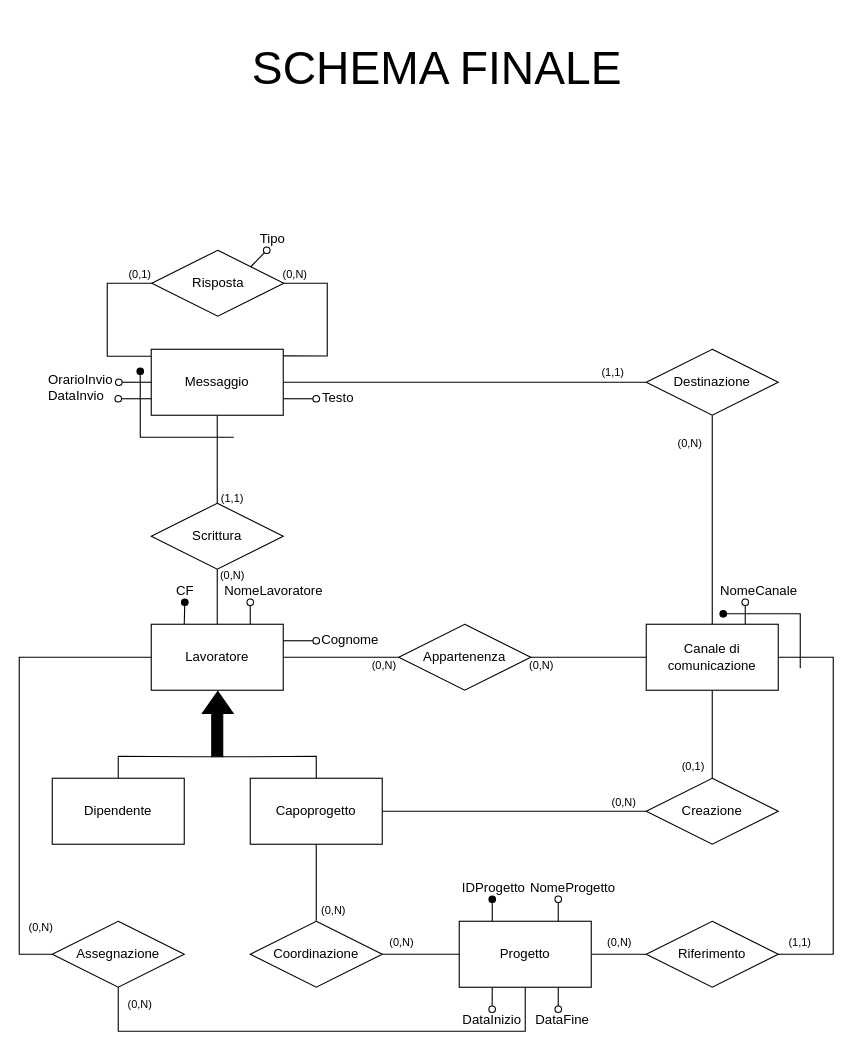
The draw.io diagram page "schema-finale" (4 of 8) of Relazione/Schema ER/scheletro.drawio in martafra/BD-Chat-Multicanale, before the edit. Source tidied: cells renumbered, new cells numbered last; positions are measured from the earlier drawing's top-left corner, leaving out a move shared by most shapes. Both pictures are drawn from the tidied source at 110%, with x=0, y=0 at pixel (19, 19).
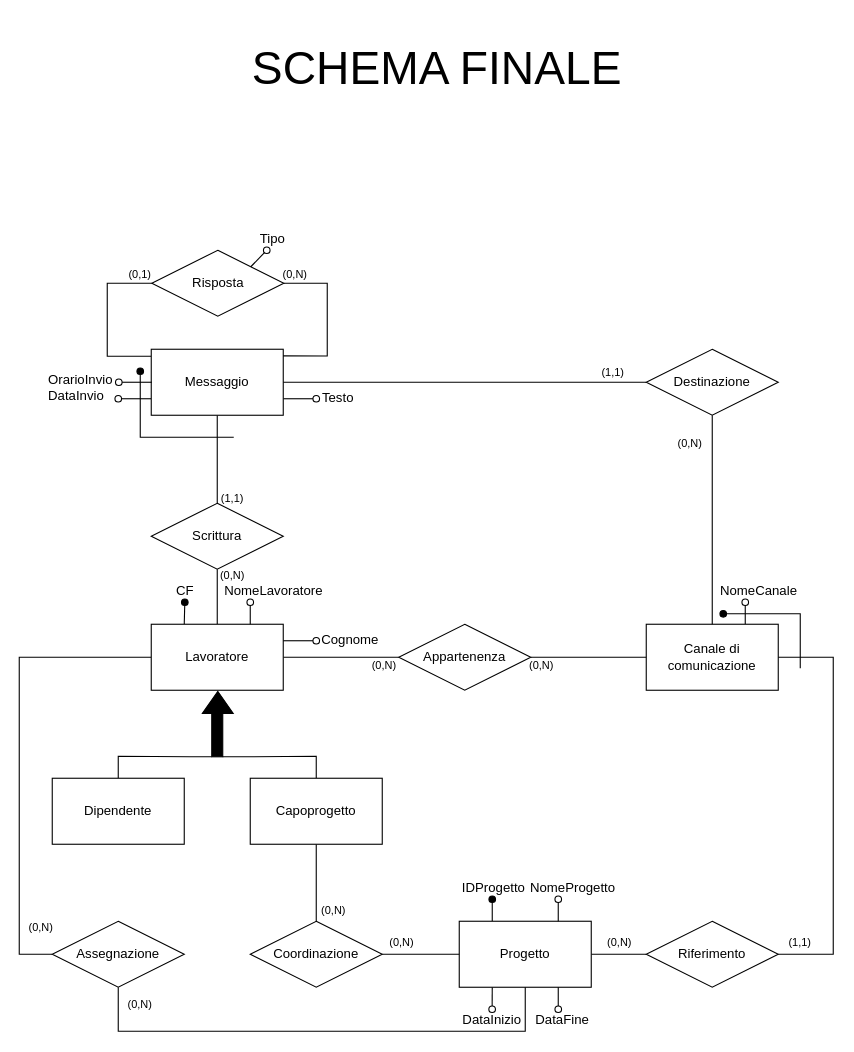
The same page after the edit.

Commit message (it also covers changes not shown here):
rimozione dalla progettazione della relazione "creazione" relativa ai canali di comunicazione

Unchanged cells that the change refers to:
```xml
<mxCell id="7" value="Canale di comunicazione" style="rounded=0;whiteSpace=wrap;html=1;" parent="1" vertex="1">
  <mxGeometry x="570" y="550" width="120" height="60" as="geometry" />
</mxCell>
<mxCell id="32" value="Capoprogetto" style="rounded=0;whiteSpace=wrap;html=1;" parent="1" vertex="1">
  <mxGeometry x="210" y="690" width="120" height="60" as="geometry" />
</mxCell>
```

What changed in the source:
```diff
@@
-    <mxCell id="4" style="edgeStyle=orthogonalEdgeStyle;rounded=0;jettySize=auto;html=1;exitX=0.5;exitY=0;exitDx=0;exitDy=0;entryX=0.5;entryY=1;entryDx=0;entryDy=0;endArrow=none;endFill=0;" parent="1" edge="1" source="5" target="7">
-      <mxGeometry relative="1" as="geometry" />
-    </mxCell>
-    <mxCell id="5" value="Creazione" style="shape=rhombus;perimeter=rhombusPerimeter;whiteSpace=wrap;html=1;align=center;" parent="1" vertex="1">
-      <mxGeometry x="570" y="690" width="120" height="60" as="geometry" />
-    </mxCell>
@@
-    <mxCell id="30" style="edgeStyle=orthogonalEdgeStyle;rounded=0;jettySize=auto;html=1;exitX=1;exitY=0.5;exitDx=0;exitDy=0;entryX=0;entryY=0.5;entryDx=0;entryDy=0;endArrow=none;endFill=0;" parent="1" edge="1" source="32" target="5">
-      <mxGeometry relative="1" as="geometry" />
-    </mxCell>
@@
-    <mxCell id="67" value="(0,N)" style="text;html=1;strokeColor=none;fillColor=none;align=center;verticalAlign=middle;whiteSpace=wrap;rounded=0;fontSize=10;" parent="1" vertex="1">
-      <mxGeometry x="540" y="707" width="20" height="10" as="geometry" />
-    </mxCell>
-    <mxCell id="68" value="(0,1)" style="text;html=1;strokeColor=none;fillColor=none;align=center;verticalAlign=middle;whiteSpace=wrap;rounded=0;fontSize=10;" parent="1" vertex="1">
-      <mxGeometry x="603" y="674" width="20" height="10" as="geometry" />
-    </mxCell>
```
